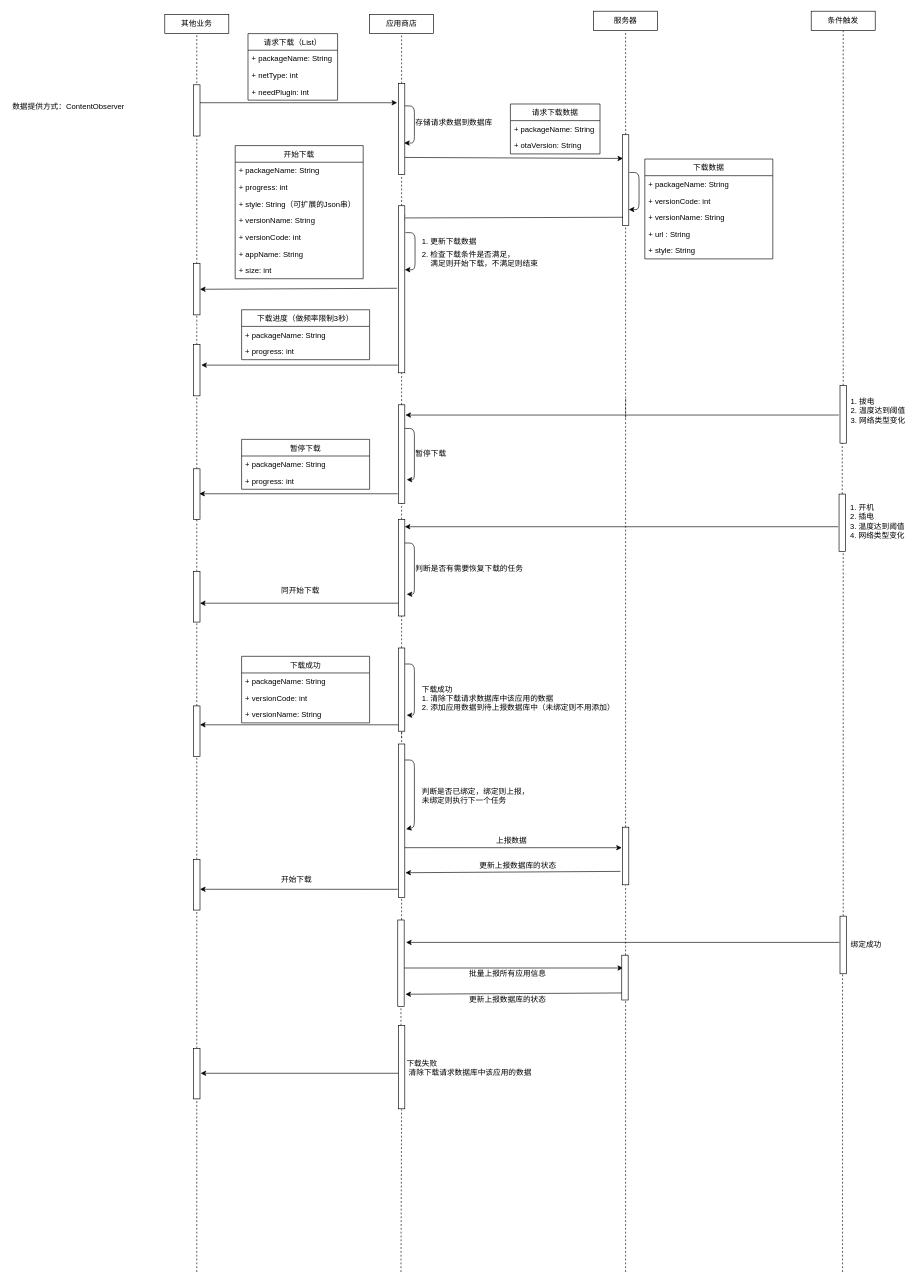
Before: 应用商店通用下载.drawio in HaoFeiWang/UML, a draw.io diagram. Source tidied: cells renumbered, new cells numbered last; positions are measured from the earlier drawing's top-left corner, leaving out a move shared by most shapes. Both pictures are drawn from the tidied source at 64%, with x=0, y=0 at pixel (11, 11).
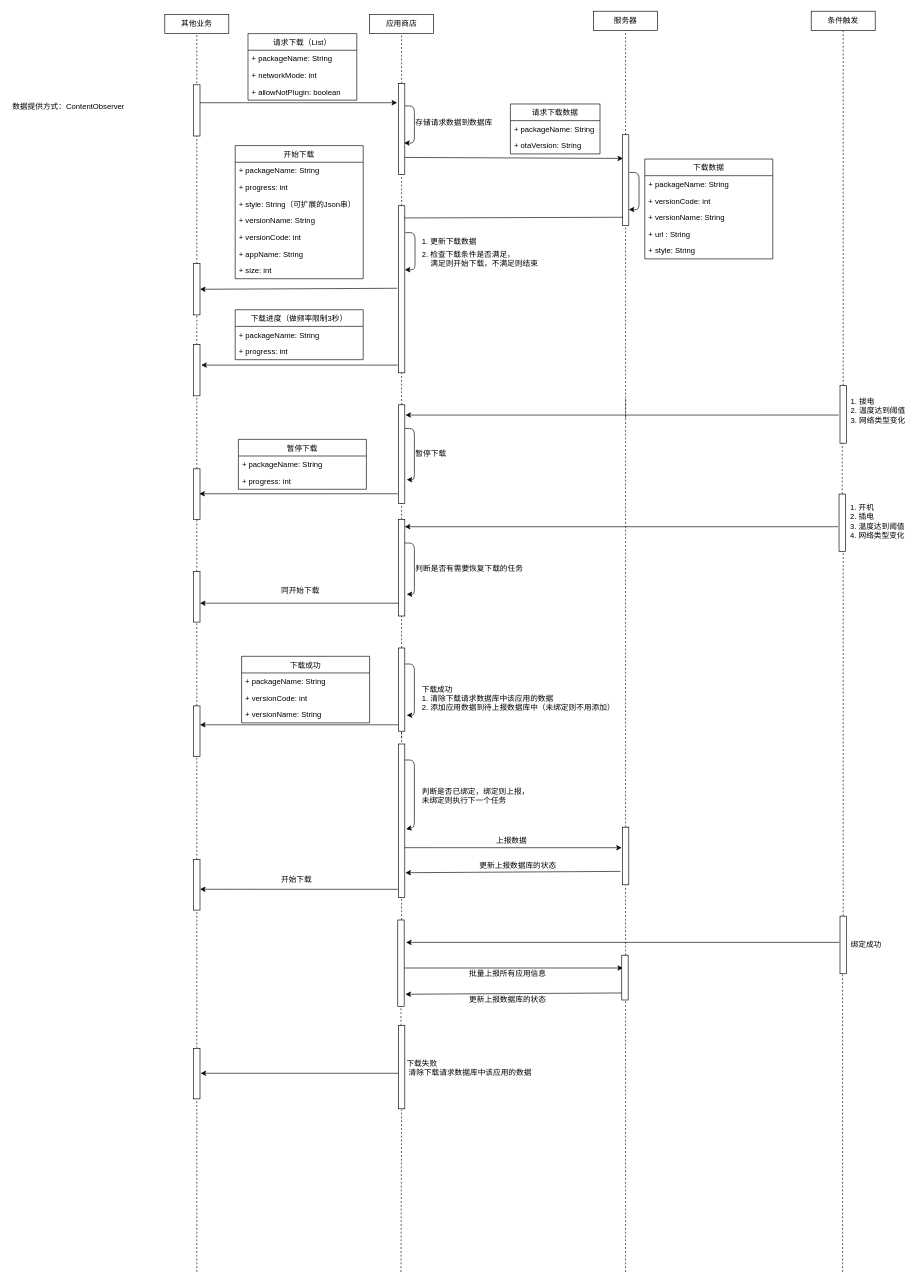
The same page after the edit.

Commit message:
Update 应用商店通用下载.drawio

What changed in the source:
```diff
@@
     <mxCell id="9" value="请求下载（List）" style="swimlane;fontStyle=0;horizontal=1;startSize=26;fillColor=none;" parent="1" vertex="1">
-      <mxGeometry x="370" y="35" width="140" height="104" as="geometry" />
+      <mxGeometry x="370" y="35" width="170" height="104" as="geometry" />
     </mxCell>
     <mxCell id="10" value="+ packageName: String " style="text;strokeColor=none;fillColor=none;align=left;verticalAlign=top;spacingLeft=4;spacingRight=4;overflow=hidden;" parent="9" vertex="1">
-      <mxGeometry y="26" width="140" height="26" as="geometry" />
+      <mxGeometry y="26" width="170" height="26" as="geometry" />
     </mxCell>
-    <mxCell id="11" value="+ netType: int" style="text;strokeColor=none;fillColor=none;align=left;verticalAlign=top;spacingLeft=4;spacingRight=4;overflow=hidden;" parent="9" vertex="1">
-      <mxGeometry y="52" width="140" height="26" as="geometry" />
+    <mxCell id="11" value="+ networkMode: int" style="text;strokeColor=none;fillColor=none;align=left;verticalAlign=top;spacingLeft=4;spacingRight=4;overflow=hidden;" parent="9" vertex="1">
+      <mxGeometry y="52" width="170" height="26" as="geometry" />
     </mxCell>
-    <mxCell id="12" value="+ needPlugin: int" style="text;strokeColor=none;fillColor=none;align=left;verticalAlign=top;spacingLeft=4;spacingRight=4;overflow=hidden;" parent="9" vertex="1">
-      <mxGeometry y="78" width="140" height="26" as="geometry" />
+    <mxCell id="12" value="+ allowNotPlugin: boolean" style="text;strokeColor=none;fillColor=none;align=left;verticalAlign=top;spacingLeft=4;spacingRight=4;overflow=hidden;" parent="9" vertex="1">
+      <mxGeometry y="78" width="170" height="26" as="geometry" />
     </mxCell>
@@
     <mxCell id="33" value="下载进度（做频率限制3秒）" style="swimlane;fontStyle=0;horizontal=1;startSize=26;fillColor=none;" parent="1" vertex="1">
-      <mxGeometry x="360" y="466.5" width="200" height="78" as="geometry" />
+      <mxGeometry x="350" y="466.5" width="200" height="78" as="geometry" />
     </mxCell>
@@
     <mxCell id="47" value="暂停下载" style="swimlane;fontStyle=0;horizontal=1;startSize=26;fillColor=none;" parent="1" vertex="1">
-      <mxGeometry x="360" y="669" width="200" height="78" as="geometry" />
+      <mxGeometry x="355" y="669" width="200" height="78" as="geometry" />
     </mxCell>
```
